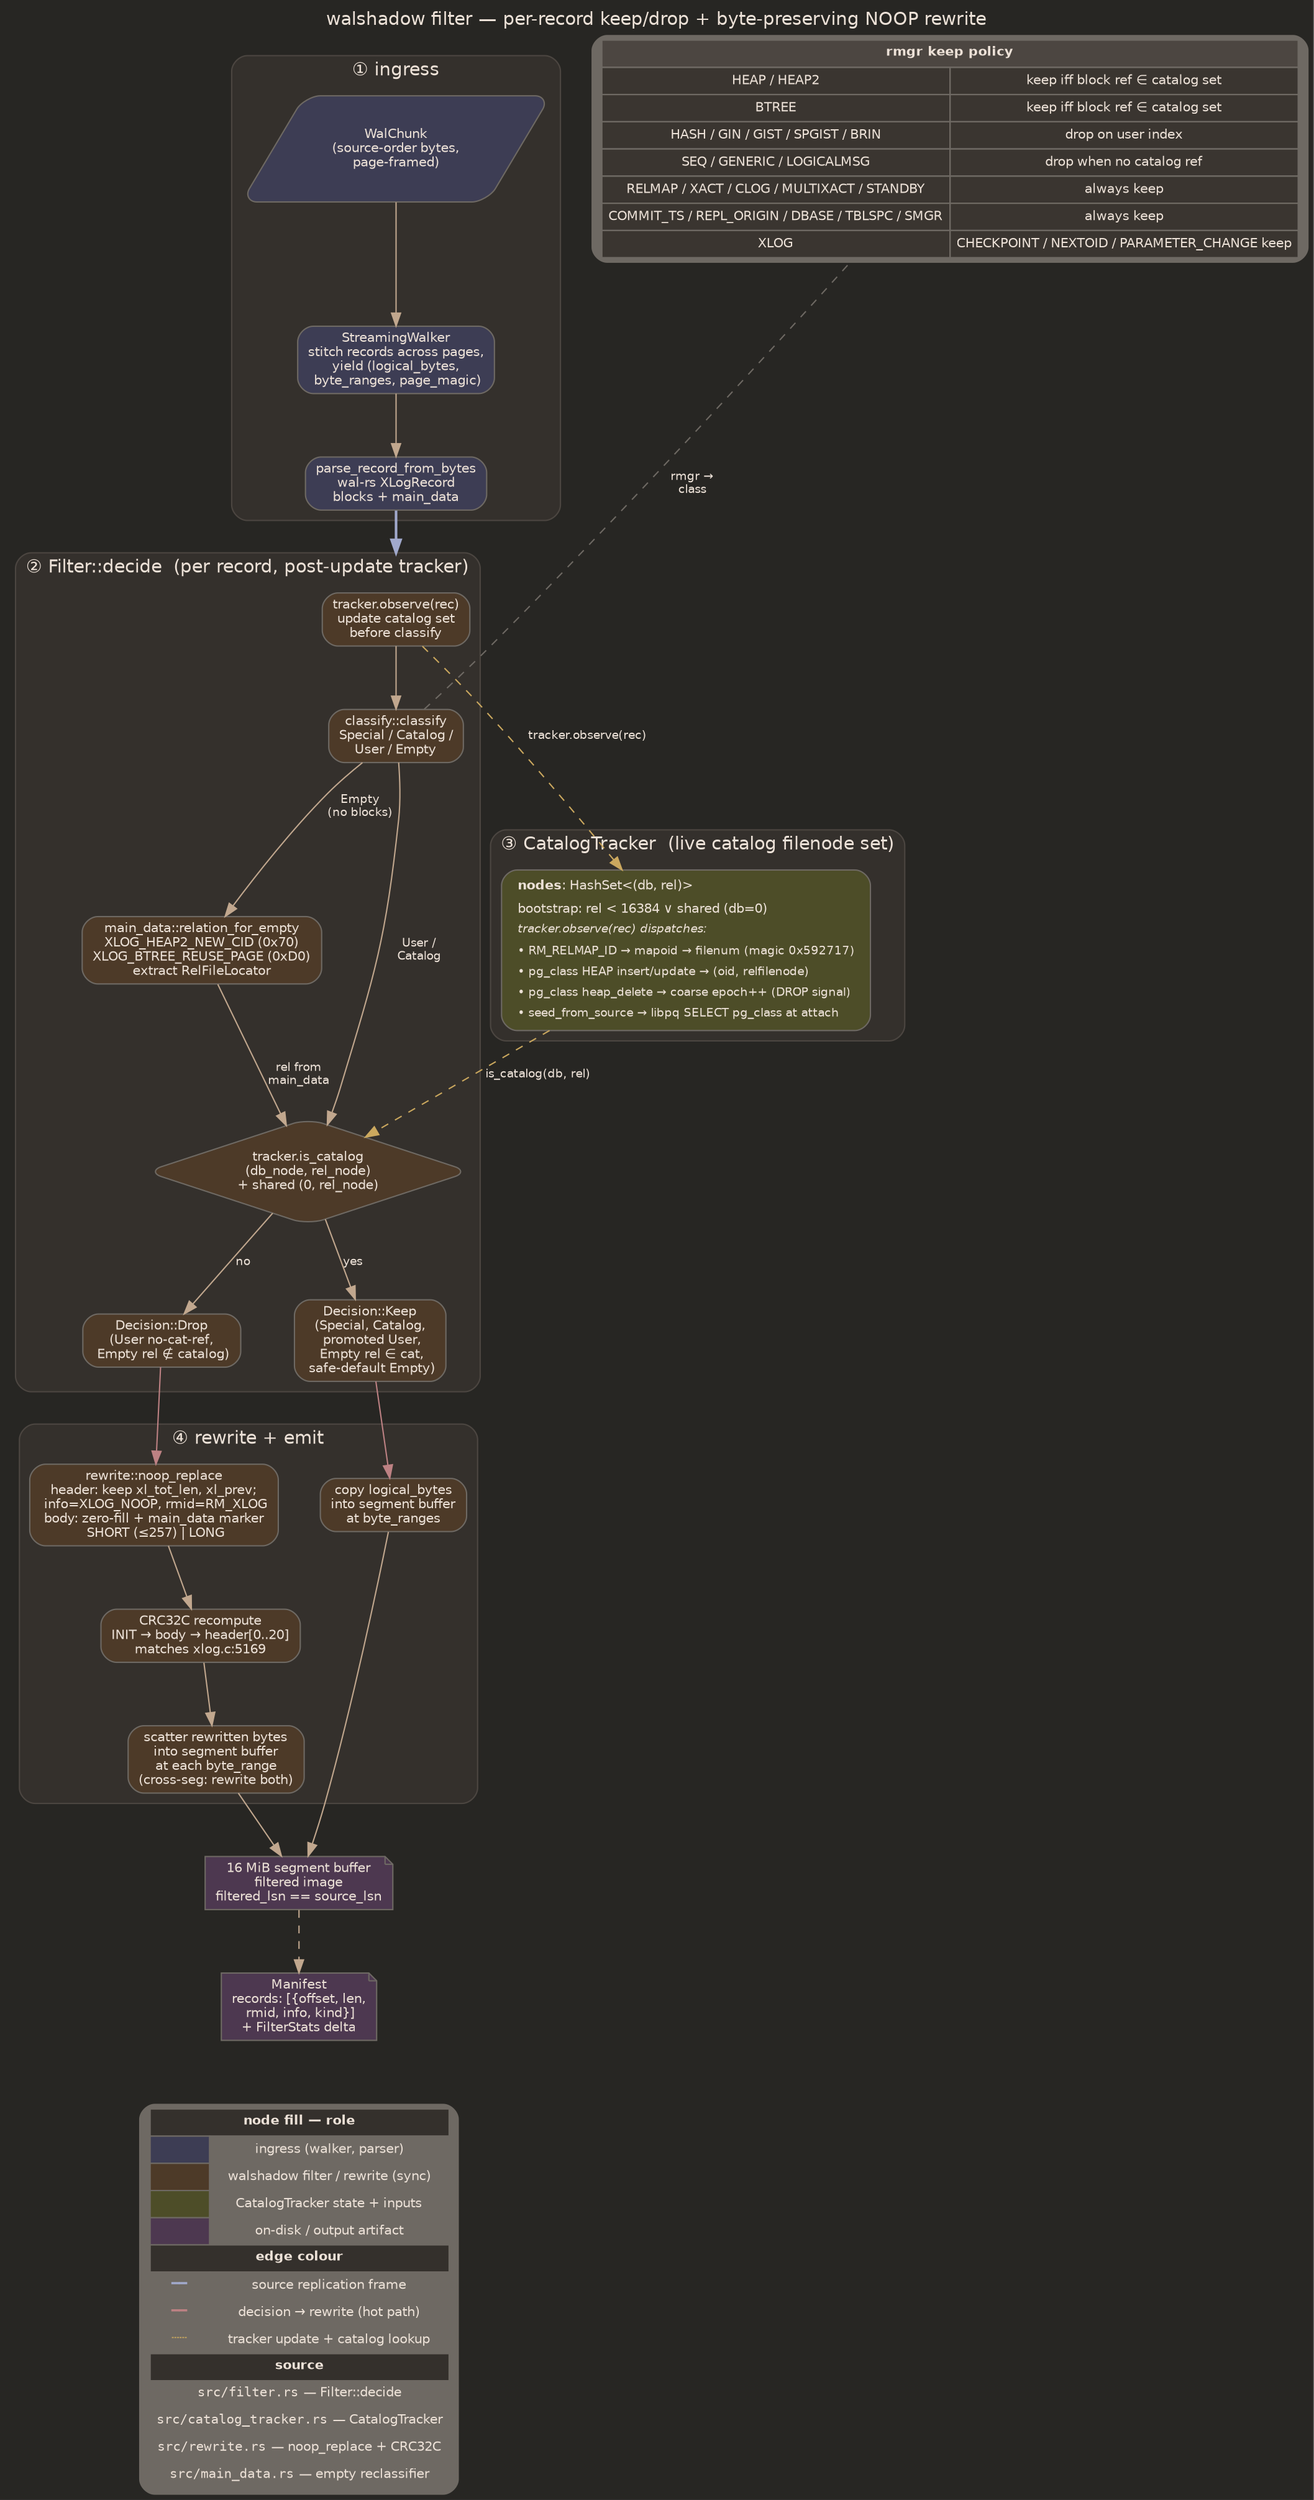
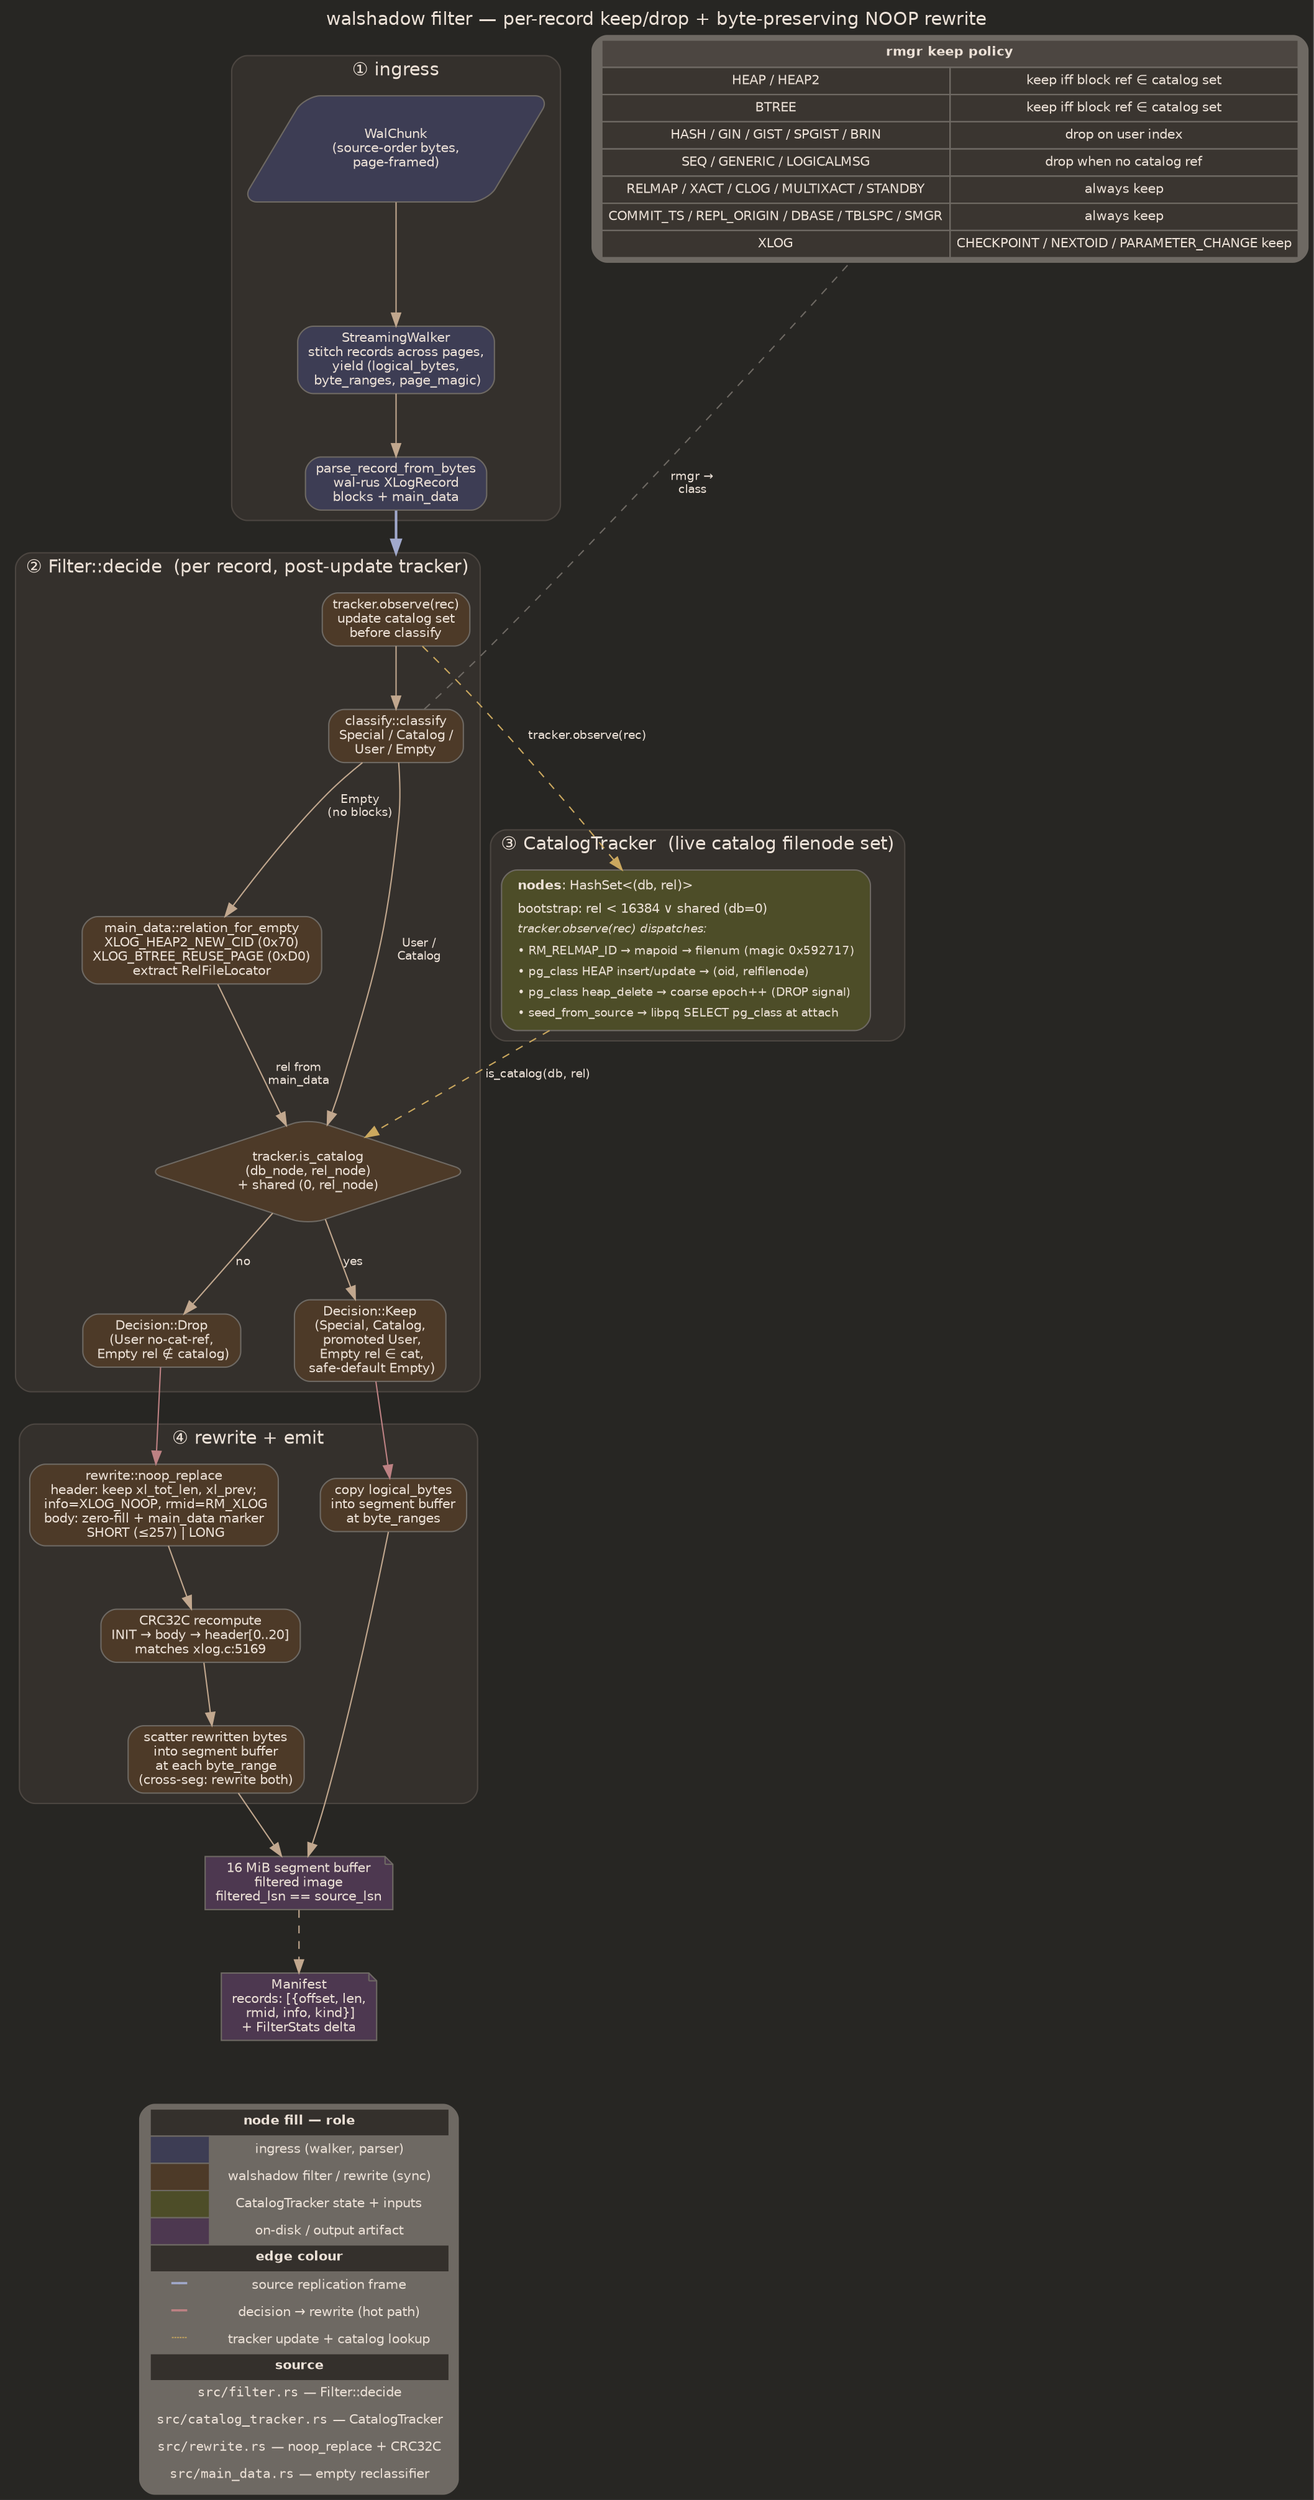
// walshadow — per-record filter decision pipeline
// StreamingWalker → Filter::decide → keep verbatim or NOOP-rewrite +
// CRC32C → segment buffer. CatalogTracker side cluster feeds the
// decision (relmap + pg_class harvest + seed). rmgr keep policy is a
// decision sub-table off to the side.
//
// regeneration spec:
// sources of truth: plans/filter.md · src/filter.rs · src/catalog_tracker.rs · src/rewrite.rs
// subsumes: plans/filter.md § "Filter contract" + "Rewrite over fork"
// quality bar:
//   - track cluster doesn't push decide off main column
//   - noop / rewrite siblings rank-aligned so segbuf joins cleanly
//   - rmgr keep-policy table in legend fits within graph width
// shared style: palette.md
digraph filter {
  rankdir=TB;
  compound=true;
  graph [fontname="Helvetica", labelloc="t", label="walshadow filter — per-record keep/drop + byte-preserving NOOP rewrite", fontsize=14, splines=spline, nodesep=0.45, ranksep=0.65, bgcolor="#272623", fontcolor="#ECE1D7"];
  node  [fontname="Helvetica", fontsize=10, shape=box, style="rounded,filled", color="#6E6963", fontcolor="#ECE1D7"];
  edge  [fontname="Helvetica", fontsize=9, color="#c1a78e", fontcolor="#ECE1D7"];

  // ════════ ingress ════════
  subgraph cluster_in {
    label="① ingress"; style="rounded,filled"; color="#4c4641"; fillcolor="#34302c"; fontcolor="#ECE1D7";
    chunk  [label="WalChunk\n(source-order bytes,\npage-framed)", fillcolor="#3D3D54", shape=parallelogram];
    walker [label="StreamingWalker\nstitch records across pages,\nyield (logical_bytes,\n byte_ranges, page_magic)", fillcolor="#3D3D54"];
-     parse  [label="parse_record_from_bytes\nwal-rs XLogRecord\nblocks + main_data", fillcolor="#3D3D54"];
+     parse  [label="parse_record_from_bytes\nwal-rus XLogRecord\nblocks + main_data", fillcolor="#3D3D54"];
    chunk -> walker -> parse;
  }

  // ════════ filter::decide (main column) ════════
  subgraph cluster_decide {
    label="② Filter::decide  (per record, post-update tracker)"; style="rounded,filled"; color="#4c4641"; fillcolor="#34302c"; fontcolor="#ECE1D7";

    observe  [label="tracker.observe(rec)\nupdate catalog set\nbefore classify", fillcolor="#4D3A28"];
    classify [label="classify::classify\nSpecial / Catalog /\nUser / Empty", fillcolor="#4D3A28"];
    empty    [label="main_data::relation_for_empty\nXLOG_HEAP2_NEW_CID (0x70)\nXLOG_BTREE_REUSE_PAGE (0xD0)\nextract RelFileLocator", fillcolor="#4D3A28"];
    iscat    [label="tracker.is_catalog\n(db_node, rel_node)\n+ shared (0, rel_node)", fillcolor="#4D3A28", shape=diamond];

    keep [label="Decision::Keep\n(Special, Catalog,\n promoted User,\n Empty rel ∈ cat,\n safe-default Empty)", fillcolor="#4D3A28"];
    drop [label="Decision::Drop\n(User no-cat-ref,\n Empty rel ∉ catalog)", fillcolor="#4D3A28"];

    observe  -> classify;
    classify -> iscat   [label="User /\nCatalog"];
    classify -> empty   [label="Empty\n(no blocks)"];
    empty    -> iscat   [label="rel from\nmain_data"];
    iscat -> keep [label="yes"];
    iscat -> drop [label="no"];
    {rank=same; keep; drop}
  }
  parse -> observe [color="#A1A9CC", penwidth=2, lhead=cluster_decide];

  // ════════ rmgr keep policy — sub-table inside decide cluster, pinned right ════════
  policy [shape=plaintext, label=<
    <TABLE BORDER="0" CELLBORDER="1" CELLSPACING="0" CELLPADDING="4" BGCOLOR="#3a3530">
      <TR><TD COLSPAN="2" BGCOLOR="#4c4641"><FONT COLOR="#ECE1D7"><B>rmgr keep policy</B></FONT></TD></TR>
      <TR><TD><FONT COLOR="#ECE1D7">HEAP / HEAP2</FONT></TD><TD><FONT COLOR="#ECE1D7">keep iff block ref ∈ catalog set</FONT></TD></TR>
      <TR><TD><FONT COLOR="#ECE1D7">BTREE</FONT></TD><TD><FONT COLOR="#ECE1D7">keep iff block ref ∈ catalog set</FONT></TD></TR>
      <TR><TD><FONT COLOR="#ECE1D7">HASH / GIN / GIST / SPGIST / BRIN</FONT></TD><TD><FONT COLOR="#ECE1D7">drop on user index</FONT></TD></TR>
      <TR><TD><FONT COLOR="#ECE1D7">SEQ / GENERIC / LOGICALMSG</FONT></TD><TD><FONT COLOR="#ECE1D7">drop when no catalog ref</FONT></TD></TR>
      <TR><TD><FONT COLOR="#ECE1D7">RELMAP / XACT / CLOG / MULTIXACT / STANDBY</FONT></TD><TD><FONT COLOR="#ECE1D7">always keep</FONT></TD></TR>
      <TR><TD><FONT COLOR="#ECE1D7">COMMIT_TS / REPL_ORIGIN / DBASE / TBLSPC / SMGR</FONT></TD><TD><FONT COLOR="#ECE1D7">always keep</FONT></TD></TR>
      <TR><TD><FONT COLOR="#ECE1D7">XLOG</FONT></TD><TD><FONT COLOR="#ECE1D7">CHECKPOINT / NEXTOID / PARAMETER_CHANGE keep</FONT></TD></TR>
    </TABLE>
  >];
  classify -> policy [style=dashed, color="#6E6963", constraint=false, label="rmgr →\nclass", arrowhead=none];

  // ════════ CatalogTracker side cluster ════════
  subgraph cluster_track {
    label="③ CatalogTracker  (live catalog filenode set)"; style="rounded,filled"; color="#4c4641"; fillcolor="#34302c"; fontcolor="#ECE1D7";
    nodes [label=<
      <TABLE BORDER="0" CELLBORDER="0" CELLSPACING="2" CELLPADDING="2">
        <TR><TD ALIGN="LEFT"><B>nodes</B>: HashSet&lt;(db, rel)&gt;</TD></TR>
        <TR><TD ALIGN="LEFT">bootstrap: rel &lt; 16384 ∨ shared (db=0)</TD></TR>
        <TR><TD ALIGN="LEFT"><FONT POINT-SIZE="9"><I>tracker.observe(rec) dispatches:</I></FONT></TD></TR>
        <TR><TD ALIGN="LEFT"><FONT POINT-SIZE="9">• RM_RELMAP_ID → mapoid → filenum (magic 0x592717)</FONT></TD></TR>
        <TR><TD ALIGN="LEFT"><FONT POINT-SIZE="9">• pg_class HEAP insert/update → (oid, relfilenode)</FONT></TD></TR>
        <TR><TD ALIGN="LEFT"><FONT POINT-SIZE="9">• pg_class heap_delete → coarse epoch++ (DROP signal)</FONT></TD></TR>
        <TR><TD ALIGN="LEFT"><FONT POINT-SIZE="9">• seed_from_source → libpq SELECT pg_class at attach</FONT></TD></TR>
      </TABLE>
    >, fillcolor="#4D4D28", shape=box];
  }
  observe -> nodes [style=dashed, color="#CBA85E", label="tracker.observe(rec)"];
  nodes   -> iscat [style=dashed, color="#CBA85E", label="is_catalog(db, rel)"];

  // ════════ rewrite + emit ════════
  subgraph cluster_rw {
    label="④ rewrite + emit"; style="rounded,filled"; color="#4c4641"; fillcolor="#34302c"; fontcolor="#ECE1D7";
    verbatim [label="copy logical_bytes\ninto segment buffer\nat byte_ranges", fillcolor="#4D3A28"];
    noop     [label="rewrite::noop_replace\nheader: keep xl_tot_len, xl_prev;\n info=XLOG_NOOP, rmid=RM_XLOG\nbody: zero-fill + main_data marker\n SHORT (≤257) | LONG", fillcolor="#4D3A28"];
    crc      [label="CRC32C recompute\nINIT → body → header[0..20]\nmatches xlog.c:5169", fillcolor="#4D3A28"];
    scatter  [label="scatter rewritten bytes\ninto segment buffer\nat each byte_range\n(cross-seg: rewrite both)", fillcolor="#4D3A28"];
    {rank=same; verbatim; noop}
    noop -> crc -> scatter;
  }
  keep -> verbatim [color="#BD8183"];
  drop -> noop     [color="#BD8183"];

  // ════════ output ════════
  segbuf   [label="16 MiB segment buffer\nfiltered image\nfiltered_lsn == source_lsn", fillcolor="#4D3850", shape=note];
  manifest [label="Manifest\nrecords: [{offset, len,\n rmid, info, kind}]\n+ FilterStats delta", fillcolor="#4D3850", shape=note];
  verbatim -> segbuf;
  scatter  -> segbuf;
  segbuf   -> manifest [style=dashed];

  // ════════ Legend ════════
  legend [shape=plaintext, label=<
    <TABLE BORDER="0" CELLBORDER="1" CELLSPACING="0" CELLPADDING="4">
      <TR><TD COLSPAN="2" BGCOLOR="#34302c"><B>node fill — role</B></TD></TR>
      <TR><TD BGCOLOR="#3D3D54" WIDTH="28"></TD><TD>ingress (walker, parser)</TD></TR>
      <TR><TD BGCOLOR="#4D3A28"></TD><TD>walshadow filter / rewrite (sync)</TD></TR>
      <TR><TD BGCOLOR="#4D4D28"></TD><TD>CatalogTracker state + inputs</TD></TR>
      <TR><TD BGCOLOR="#4D3850"></TD><TD>on-disk / output artifact</TD></TR>
      <TR><TD COLSPAN="2" BGCOLOR="#34302c"><B>edge colour</B></TD></TR>
      <TR><TD><FONT COLOR="#A1A9CC"><B>━━</B></FONT></TD><TD>source replication frame</TD></TR>
      <TR><TD><FONT COLOR="#BD8183"><B>━━</B></FONT></TD><TD>decision → rewrite (hot path)</TD></TR>
      <TR><TD><FONT COLOR="#CBA85E"><B>┄┄</B></FONT></TD><TD>tracker update + catalog lookup</TD></TR>
      <TR><TD COLSPAN="2" BGCOLOR="#34302c"><B>source</B></TD></TR>
      <TR><TD COLSPAN="2"><FONT FACE="monospace">src/filter.rs</FONT> — Filter::decide</TD></TR>
      <TR><TD COLSPAN="2"><FONT FACE="monospace">src/catalog_tracker.rs</FONT> — CatalogTracker</TD></TR>
      <TR><TD COLSPAN="2"><FONT FACE="monospace">src/rewrite.rs</FONT> — noop_replace + CRC32C</TD></TR>
      <TR><TD COLSPAN="2"><FONT FACE="monospace">src/main_data.rs</FONT> — empty reclassifier</TD></TR>
    </TABLE>
  >];
  manifest -> legend [style=invis];
}
